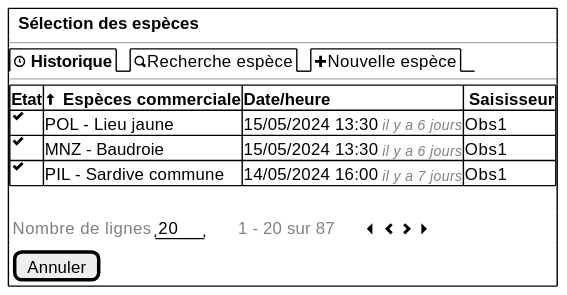
Before: projects/obsvente/spe/images/random-add.svg, a diagram exported from PlantUML (sumaris-net/sumaris-doc). Its source is kept beside it as projects/obsvente/spe/images/random-add.puml.
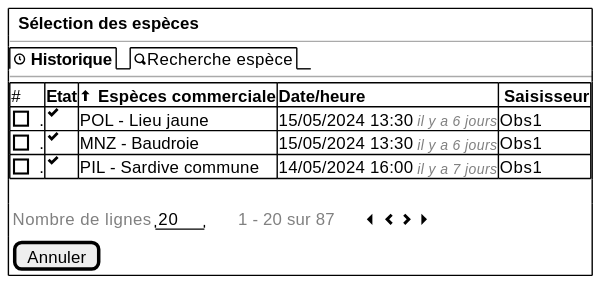
After the commit.

Commit message:
[enh] ObsVentes add random species search

Change to the diagram source:
```diff
@@ -3,13 +3,13 @@
   {+
     { | . |  <b>Sélection des espèces  }
     --
-      {/  <&clock> <b>Historique | <&magnifying-glass>Recherche espèce | <&plus>Nouvelle espèce}
+      {/  <&clock> <b>Historique | <&magnifying-glass>Recherche espèce}
     --
 	{#
-      <b>Etat | <&arrow-thick-top> <b>Espèces commerciale    | <b>Date/heure   | <b> Saisisseur
-      <&check> | POL - Lieu jaune       | 15/05/2024 13:30<font color=grey size=10><i> il y a 6 jours | Obs1
-      <&check> | MNZ - Baudroie        | 15/05/2024 13:30<font color=grey size=10><i> il y a 6 jours | Obs1
-      <&check> | PIL - Sardive commune        | 14/05/2024 16:00<font color=grey size=10><i> il y a 7 jours | Obs1
+      # | <b>Etat | <&arrow-thick-top> <b>Espèces commerciale    | <b>Date/heure   | <b> Saisisseur
+      [ ]. | <&check> | POL - Lieu jaune       | 15/05/2024 13:30<font color=grey size=10><i> il y a 6 jours | Obs1
+      [ ]. | <&check> | MNZ - Baudroie        | 15/05/2024 13:30<font color=grey size=10><i> il y a 6 jours | Obs1
+      [ ]. | <&check> | PIL - Sardive commune        | 14/05/2024 16:00<font color=grey size=10><i> il y a 7 jours | Obs1
     }
     .
     {
```
